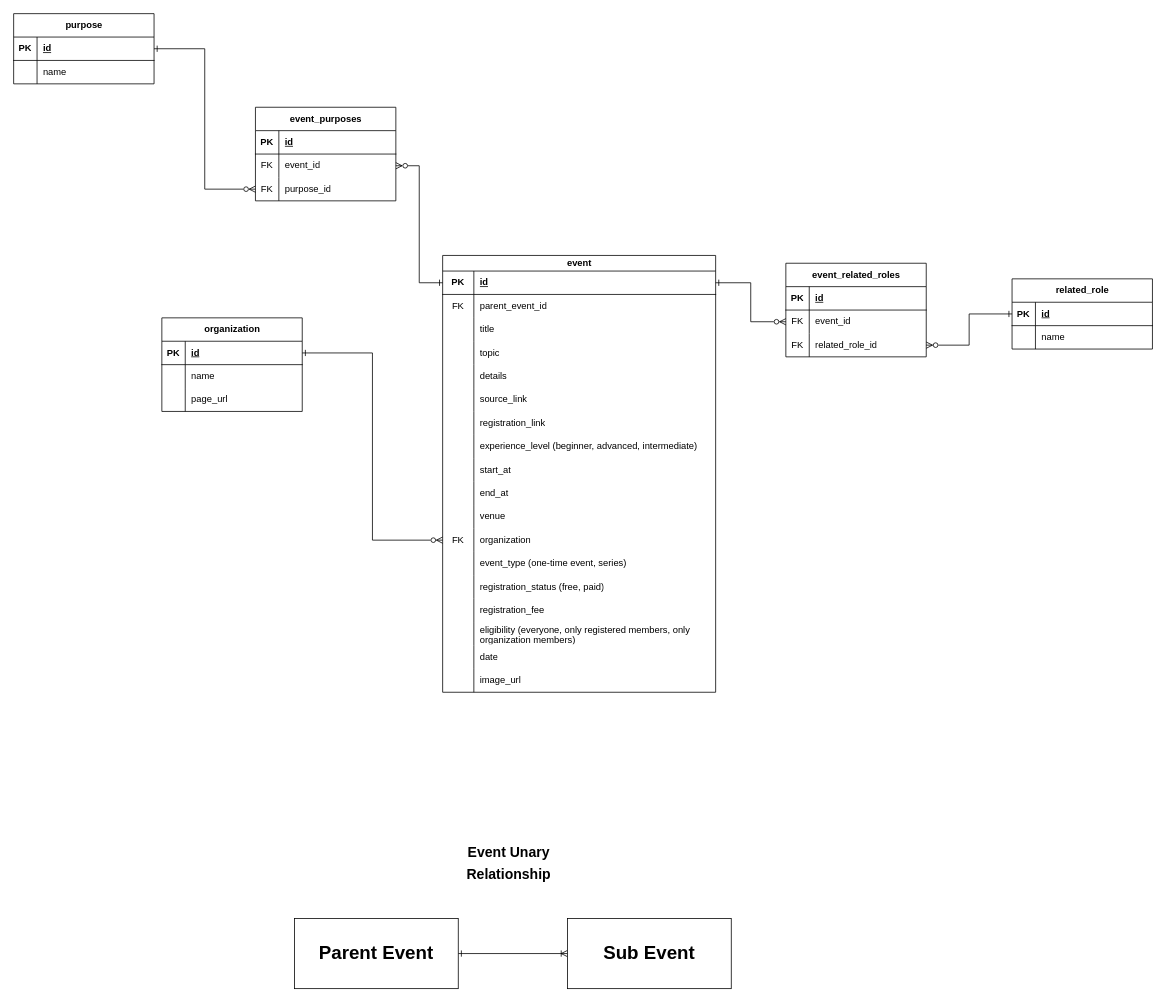
Earlier version of the draw.io diagram page "Events" (1 of 3) of 2Gether.drawio (RHILIUS/drawio). Source tidied: cells renumbered, new cells numbered last; positions are measured from the earlier drawing's top-left corner, leaving out a move shared by most shapes. Both pictures are drawn from the tidied source at 78%, with x=0, y=0 at pixel (13, 13).
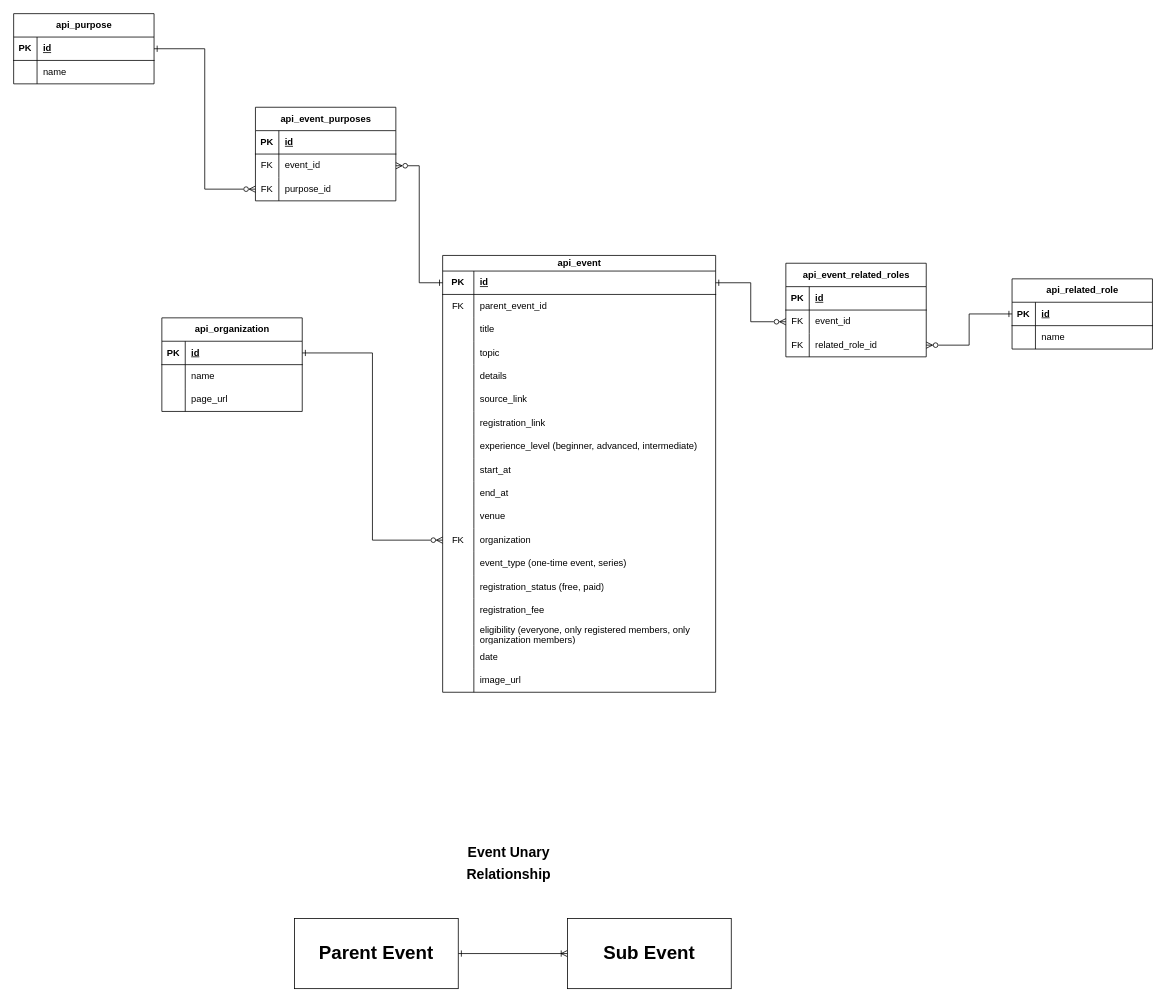
Above is the later version.

Diff of the diagram source:
```diff
@@
-    <mxCell id="2" value="event" style="shape=table;startSize=20;childLayout=tableLayout;rowLines=0;fontStyle=1;align=center;html=1;" parent="1" vertex="1">
+    <mxCell id="2" value="api_event" style="shape=table;startSize=20;childLayout=tableLayout;rowLines=0;fontStyle=1;align=center;html=1;" parent="1" vertex="1">
       <mxGeometry x="550" y="310" width="350" height="560" as="geometry" />
     </mxCell>
@@
-    <mxCell id="57" value="related_role" style="shape=table;startSize=30;childLayout=tableLayout;rowLines=0;fontStyle=1;align=center;html=1;" parent="1" vertex="1">
+    <mxCell id="57" value="api_related_role" style="shape=table;startSize=30;childLayout=tableLayout;rowLines=0;fontStyle=1;align=center;html=1;" parent="1" vertex="1">
       <mxGeometry x="1280" y="340" width="180" height="90" as="geometry" />
     </mxCell>
@@
-    <mxCell id="64" value="organization" style="shape=table;startSize=30;childLayout=tableLayout;rowLines=0;fontStyle=1;align=center;html=1;" parent="1" vertex="1">
+    <mxCell id="64" value="api_organization" style="shape=table;startSize=30;childLayout=tableLayout;rowLines=0;fontStyle=1;align=center;html=1;" parent="1" vertex="1">
       <mxGeometry x="190" y="390" width="180" height="120" as="geometry" />
     </mxCell>
@@
-    <mxCell id="74" value="purpose" style="shape=table;startSize=30;childLayout=tableLayout;rowLines=0;fontStyle=1;align=center;html=1;" parent="1" vertex="1">
+    <mxCell id="74" value="api_purpose" style="shape=table;startSize=30;childLayout=tableLayout;rowLines=0;fontStyle=1;align=center;html=1;" parent="1" vertex="1">
       <mxGeometry width="180" height="90" as="geometry" />
     </mxCell>
@@
-    <mxCell id="81" value="event_related_roles" style="shape=table;startSize=30;childLayout=tableLayout;rowLines=0;fontStyle=1;align=center;html=1;" parent="1" vertex="1">
+    <mxCell id="81" value="api_event_related_roles" style="shape=table;startSize=30;childLayout=tableLayout;rowLines=0;fontStyle=1;align=center;html=1;" parent="1" vertex="1">
       <mxGeometry x="990" y="320" width="180" height="120" as="geometry" />
     </mxCell>
@@
-    <mxCell id="94" value="event_purposes" style="shape=table;startSize=30;childLayout=tableLayout;rowLines=0;fontStyle=1;align=center;html=1;" parent="1" vertex="1">
+    <mxCell id="94" value="api_event_purposes" style="shape=table;startSize=30;childLayout=tableLayout;rowLines=0;fontStyle=1;align=center;html=1;" parent="1" vertex="1">
       <mxGeometry x="310" y="120" width="180" height="120" as="geometry" />
     </mxCell>
```
